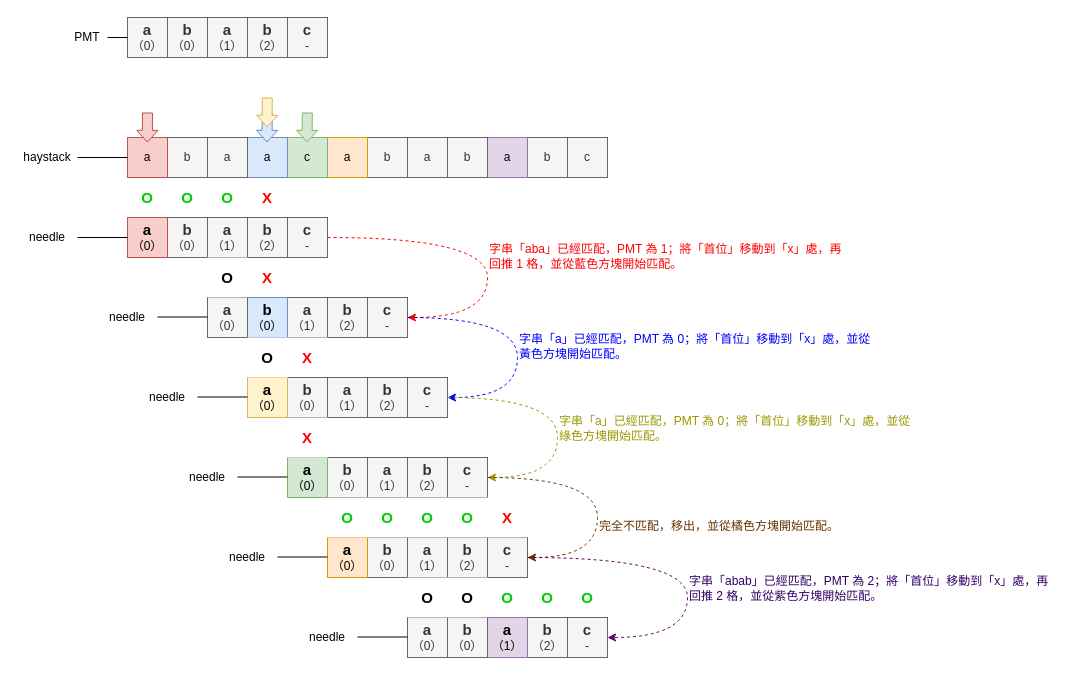
Above: page "第 9 页" (9 of 14) of docs/0028_find_the_index_of_the_first_occurrence_in_a_string.drawio in rickbsr/example-leetcode (draw.io), before the change. Source tidied: cells renumbered, new cells numbered last; positions are measured from the earlier drawing's top-left corner, leaving out a move shared by most shapes. Both pictures are drawn from the tidied source at 100%, with x=0, y=0 at pixel (17, 17).
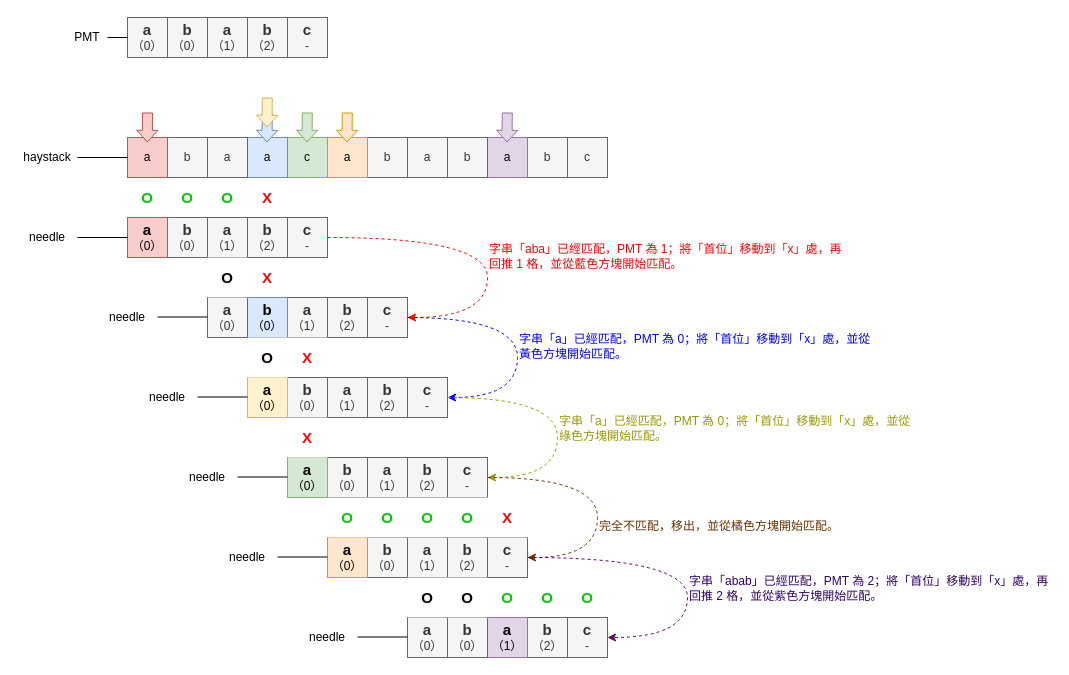
After the change.

The edit, as a diff of the source:
```diff
@@
+    <mxCell id="98" style="shape=flexArrow;endArrow=classic;html=1;rounded=0;endWidth=10.263157894736842;endSize=3.5605263157894735;fillColor=#ffe6cc;strokeColor=#d79b00;" parent="1" edge="1">
+      <mxGeometry relative="1" as="geometry">
+        <mxPoint x="329.8" y="95" as="sourcePoint" />
+        <mxPoint x="329.5" y="125" as="targetPoint" />
+      </mxGeometry>
+    </mxCell>
+    <mxCell id="99" style="shape=flexArrow;endArrow=classic;html=1;rounded=0;endWidth=10.263157894736842;endSize=3.5605263157894735;fillColor=#e1d5e7;strokeColor=#9673a6;" parent="1" edge="1">
+      <mxGeometry relative="1" as="geometry">
+        <mxPoint x="489.8" y="95" as="sourcePoint" />
+        <mxPoint x="489.5" y="125" as="targetPoint" />
+      </mxGeometry>
+    </mxCell>
```
